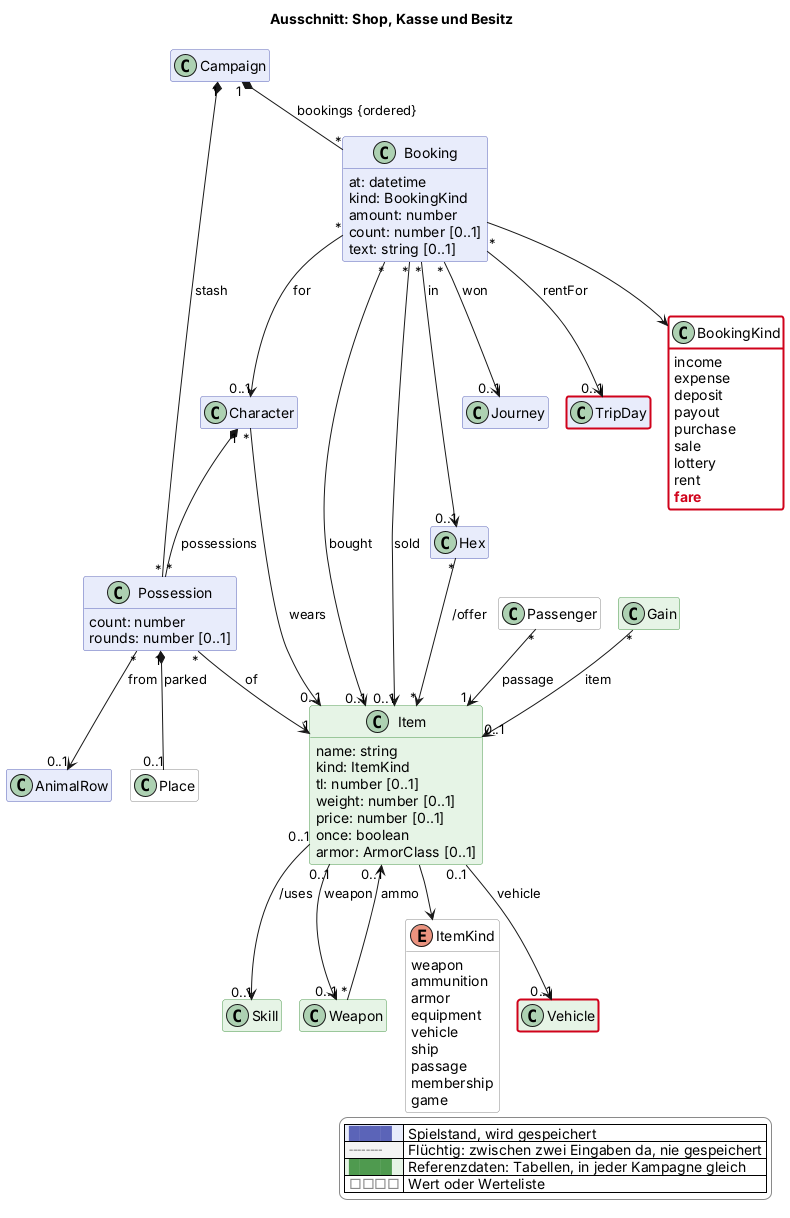
The PlantUML diagram docs/views/shop.png in scuzzar/SRE, before a commit.
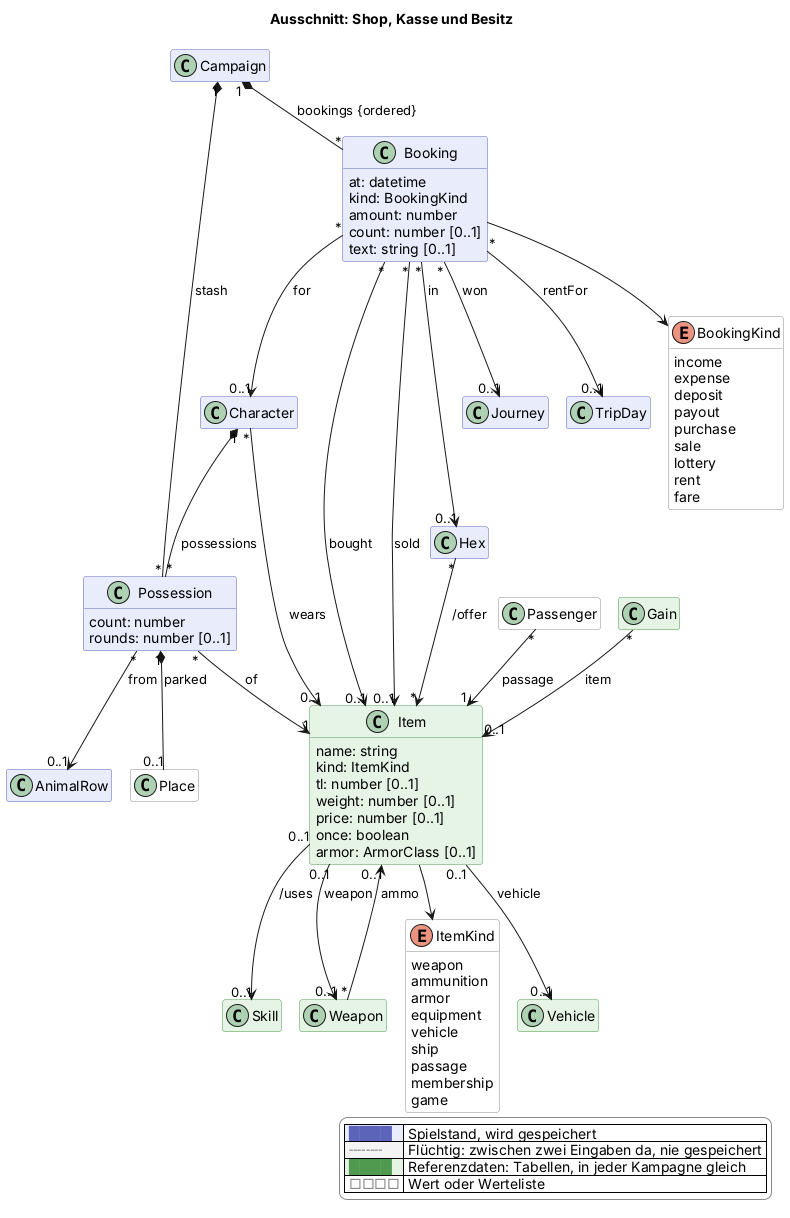
After the change.

Diff of the diagram source:
```diff
@@ -83,7 +83,7 @@
     sale
     lottery
     rent
-    $new("2026-11-15c", "fare")
+    fare
   }
   class Character $charakter
   class Possession $shop {
@@ -168,7 +168,4 @@
   |<#e6f4e6> <color:#4f9a4f>████</color> | Referenzdaten: Tabellen, in jeder Kampagne gleich |
   |<#ffffff> <color:#8a8a8a>□□□□</color> | Wert oder Werteliste |
 endlegend
-class BookingKind #line:d0021b;line.bold
-class Vehicle #line:d0021b;line.bold
-class TripDay #line:d0021b;line.bold
 @enduml
```
